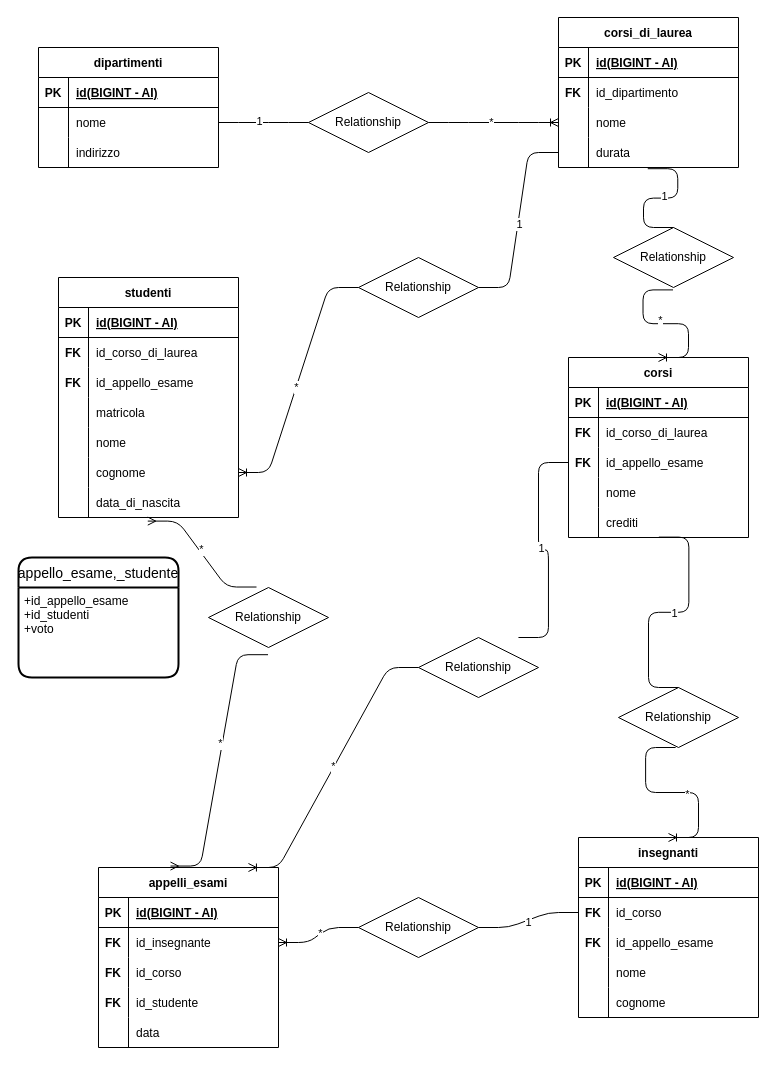
Before: university.drawio in EmilioDeChiara3388/db-university, a draw.io diagram. Source tidied: cells renumbered, new cells numbered last; positions are measured from the earlier drawing's top-left corner, leaving out a move shared by most shapes. Both pictures are drawn from the tidied source at 100%, with x=0, y=0 at pixel (18, 17).
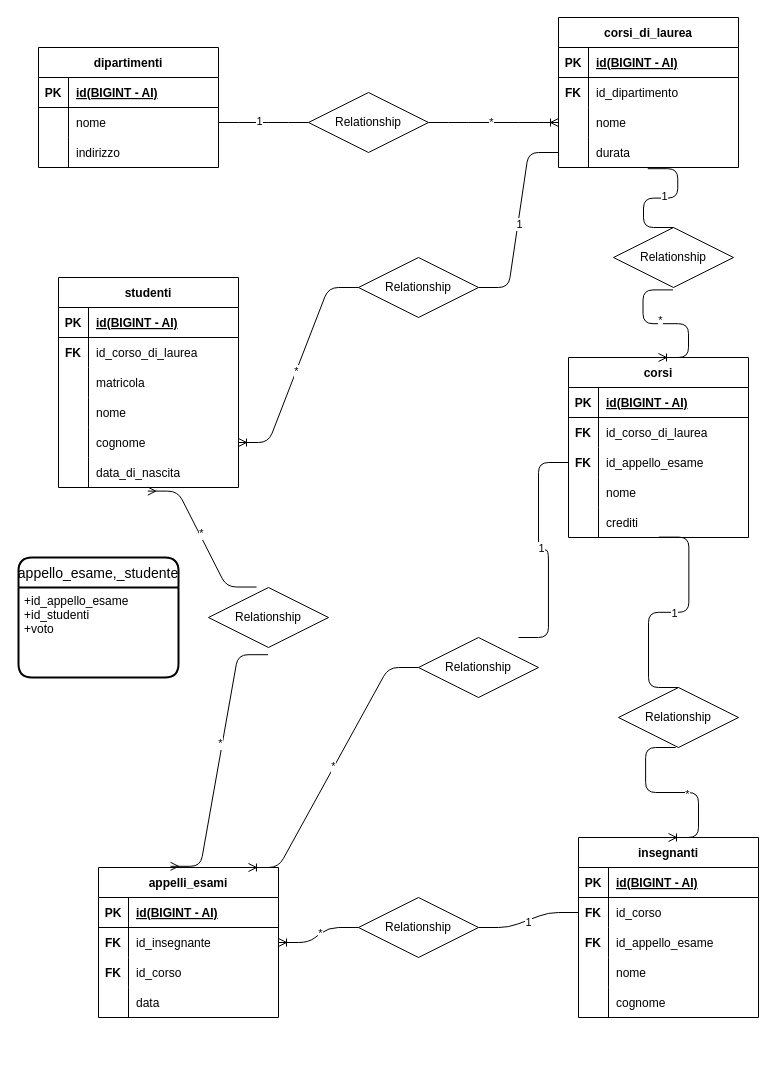
The same page after the edit.

Change to the diagram source:
```diff
@@
     <mxCell id="41" value="appelli_esami" style="shape=table;startSize=30;childLayout=tableLayout;rowLines=0;fontStyle=1;align=center;" parent="1" vertex="1">
-      <mxGeometry x="80" y="850" width="180" height="180" as="geometry" />
+      <mxGeometry x="80" y="850" width="180" height="150" as="geometry" />
     </mxCell>
@@
-    <mxCell id="51" style="shape=tableRow;horizontal=0;startSize=0;swimlaneHead=0;swimlaneBody=0;fillColor=none;top=0;left=0;right=0;bottom=0;" parent="41" vertex="1">
-      <mxGeometry y="120" width="180" height="30" as="geometry" />
-    </mxCell>
-    <mxCell id="52" value="FK" style="shape=partialRectangle;fillColor=none;top=0;left=0;bottom=0;right=0;overflow=hidden;fontStyle=1;" parent="51" vertex="1">
-      <mxGeometry width="30" height="30" as="geometry" />
-    </mxCell>
-    <mxCell id="53" value="id_studente" style="shape=partialRectangle;fillColor=none;top=0;left=0;bottom=0;right=0;align=left;spacingLeft=6;overflow=hidden;" parent="51" vertex="1">
-      <mxGeometry x="30" width="150" height="30" as="geometry" />
-    </mxCell>
     <mxCell id="54" style="shape=tableRow;horizontal=0;startSize=0;swimlaneHead=0;swimlaneBody=0;fillColor=none;top=0;left=0;right=0;bottom=0;" parent="41" vertex="1">
-      <mxGeometry y="150" width="180" height="30" as="geometry" />
+      <mxGeometry y="120" width="180" height="30" as="geometry" />
     </mxCell>
@@
     <mxCell id="73" value="studenti" style="shape=table;startSize=30;childLayout=tableLayout;rowLines=0;fontStyle=1;align=center;" parent="1" vertex="1">
-      <mxGeometry x="40" y="260" width="180" height="240" as="geometry" />
+      <mxGeometry x="40" y="260" width="180" height="210" as="geometry" />
     </mxCell>
@@
-    <mxCell id="80" style="shape=tableRow;horizontal=0;startSize=0;swimlaneHead=0;swimlaneBody=0;fillColor=none;top=0;left=0;right=0;bottom=0;" parent="73" vertex="1">
-      <mxGeometry y="90" width="180" height="30" as="geometry" />
-    </mxCell>
-    <mxCell id="81" value="FK" style="shape=partialRectangle;fillColor=none;top=0;left=0;bottom=0;right=0;overflow=hidden;fontStyle=1;" parent="80" vertex="1">
-      <mxGeometry width="30" height="30" as="geometry" />
-    </mxCell>
-    <mxCell id="82" value="id_appello_esame" style="shape=partialRectangle;fillColor=none;top=0;left=0;bottom=0;right=0;align=left;spacingLeft=6;overflow=hidden;" parent="80" vertex="1">
-      <mxGeometry x="30" width="150" height="30" as="geometry" />
-    </mxCell>
     <mxCell id="83" style="shape=tableRow;horizontal=0;startSize=0;swimlaneHead=0;swimlaneBody=0;fillColor=none;top=0;left=0;right=0;bottom=0;" parent="73" vertex="1">
-      <mxGeometry y="120" width="180" height="30" as="geometry" />
+      <mxGeometry y="90" width="180" height="30" as="geometry" />
     </mxCell>
@@
     <mxCell id="86" style="shape=tableRow;horizontal=0;startSize=0;swimlaneHead=0;swimlaneBody=0;fillColor=none;top=0;left=0;right=0;bottom=0;" parent="73" vertex="1">
-      <mxGeometry y="150" width="180" height="30" as="geometry" />
+      <mxGeometry y="120" width="180" height="30" as="geometry" />
     </mxCell>
@@
     <mxCell id="89" style="shape=tableRow;horizontal=0;startSize=0;swimlaneHead=0;swimlaneBody=0;fillColor=none;points=[[0,0.5],[1,0.5]];portConstraint=eastwest;top=0;left=0;right=0;bottom=0;" parent="73" vertex="1">
-      <mxGeometry y="180" width="180" height="30" as="geometry" />
+      <mxGeometry y="150" width="180" height="30" as="geometry" />
     </mxCell>
@@
     <mxCell id="92" style="shape=tableRow;horizontal=0;startSize=0;swimlaneHead=0;swimlaneBody=0;fillColor=none;points=[[0,0.5],[1,0.5]];portConstraint=eastwest;top=0;left=0;right=0;bottom=0;" parent="73" vertex="1">
-      <mxGeometry y="210" width="180" height="30" as="geometry" />
+      <mxGeometry y="180" width="180" height="30" as="geometry" />
     </mxCell>
```
